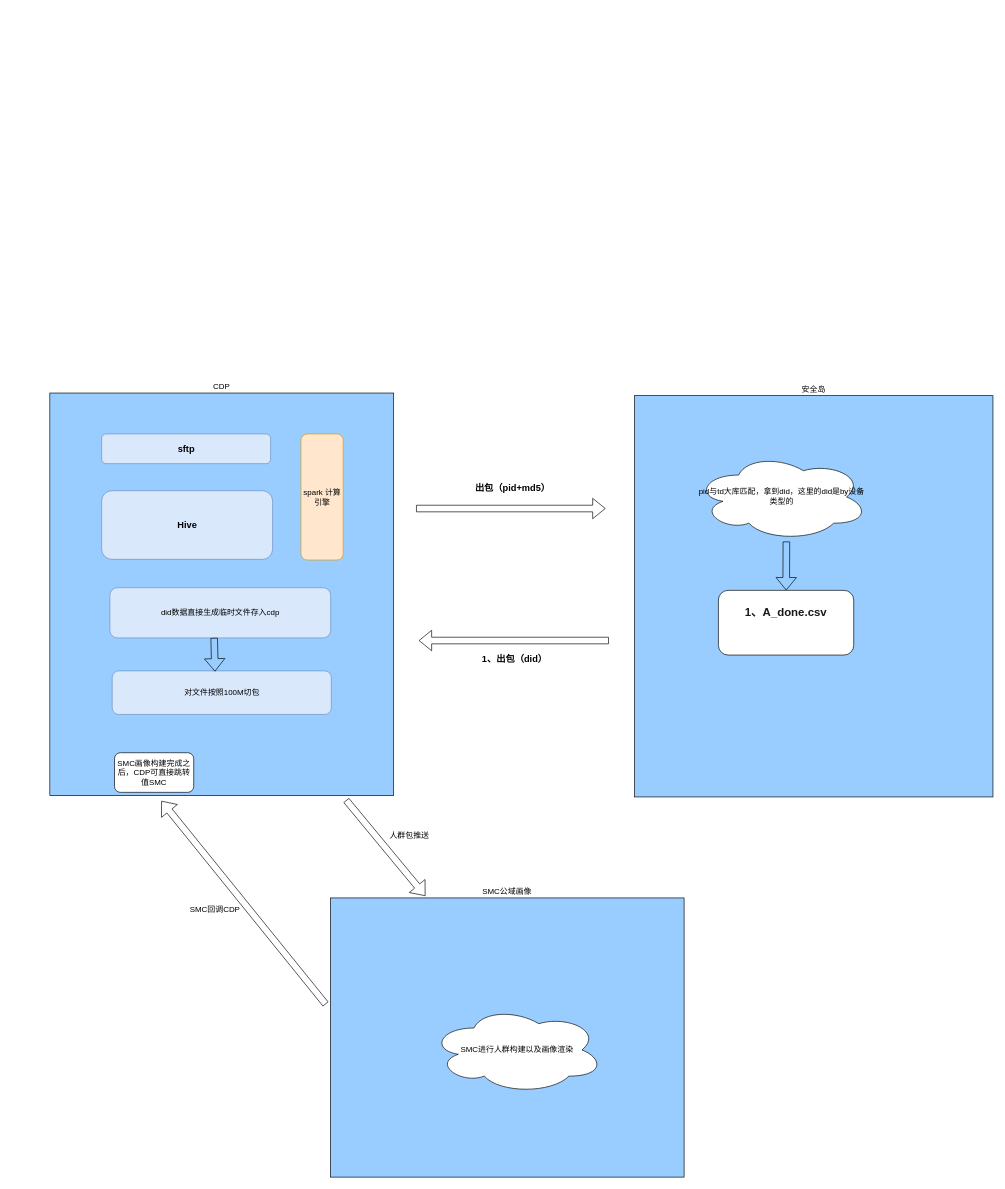
DThadch/draw keeps this draw.io diagram as 安全岛SMC.drawio. Above is the earlier version. Source tidied: cells renumbered, new cells numbered last; positions are measured from the earlier drawing's top-left corner, leaving out a move shared by most shapes. Both pictures are drawn from the tidied source at 66%, with x=0, y=0 at pixel (50, 393).
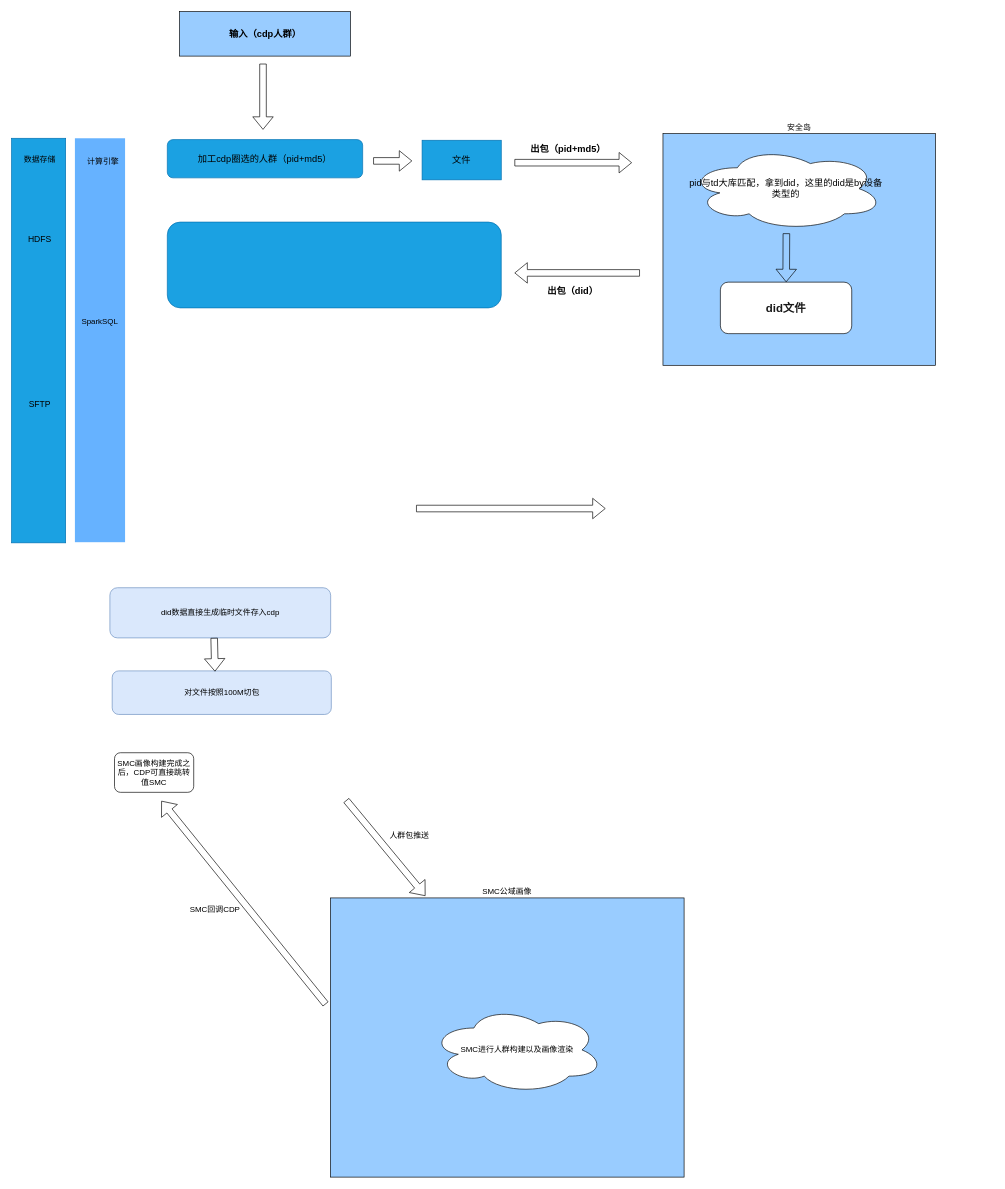
After the change.

Commit message (it also covers changes not shown here):
更新安全岛SMC.drawio

Change to the diagram source:
```diff
@@
-    <mxCell id="2" value="CDP" style="rounded=0;whiteSpace=wrap;html=1;labelPosition=center;verticalLabelPosition=top;align=center;verticalAlign=bottom;fillColor=#99CCFF;" parent="1" vertex="1">
-      <mxGeometry width="521" height="610" as="geometry" />
-    </mxCell>
-    <mxCell id="3" value="&lt;b&gt;&lt;font style=&quot;font-size: 14px;&quot;&gt;Hive&lt;/font&gt;&lt;/b&gt;" style="rounded=1;whiteSpace=wrap;html=1;fillColor=#dae8fc;strokeColor=#6c8ebf;labelPosition=center;verticalLabelPosition=middle;align=center;verticalAlign=middle;" parent="1" vertex="1">
-      <mxGeometry x="78.5" y="148" width="259" height="104" as="geometry" />
-    </mxCell>
-    <mxCell id="4" value="&lt;b&gt;&lt;font style=&quot;font-size: 14px;&quot;&gt;sftp&lt;/font&gt;&lt;/b&gt;" style="rounded=1;whiteSpace=wrap;html=1;fillColor=#dae8fc;strokeColor=#6c8ebf;" parent="1" vertex="1">
-      <mxGeometry x="78.5" y="62" width="256" height="45" as="geometry" />
-    </mxCell>
-    <mxCell id="5" value="spark 计算引擎" style="rounded=1;whiteSpace=wrap;html=1;fillColor=#ffe6cc;strokeColor=#d79b00;" parent="1" vertex="1">
-      <mxGeometry x="380.5" y="62" width="64" height="191" as="geometry" />
-    </mxCell>
     <mxCell id="6" value="安全岛" style="rounded=0;whiteSpace=wrap;html=1;labelPosition=center;verticalLabelPosition=top;align=center;verticalAlign=bottom;fillColor=#99CCFF;" parent="1" vertex="1">
-      <mxGeometry x="886" y="4" width="543" height="608" as="geometry" />
+      <mxGeometry x="929" y="-393" width="413" height="351" as="geometry" />
     </mxCell>
@@
     <mxCell id="8" value="出包（pid+md5）" style="text;html=1;strokeColor=none;fillColor=none;align=center;verticalAlign=middle;whiteSpace=wrap;rounded=0;fontStyle=1;fontSize=14;" parent="1" vertex="1">
-      <mxGeometry x="630" y="130" width="143" height="28" as="geometry" />
+      <mxGeometry x="714" y="-384" width="143" height="28" as="geometry" />
     </mxCell>
-    <mxCell id="9" value="pid与td大库匹配，拿到did，这里的did是by设备类型的" style="ellipse;shape=cloud;whiteSpace=wrap;html=1;" parent="1" vertex="1">
-      <mxGeometry x="978" y="91.2" width="262" height="132.5" as="geometry" />
+    <mxCell id="9" value="&lt;font style=&quot;font-size: 14px;&quot;&gt;pid与td大库匹配，拿到did，这里的did是by设备类型的&lt;/font&gt;" style="ellipse;shape=cloud;whiteSpace=wrap;html=1;" parent="1" vertex="1">
+      <mxGeometry x="968" y="-373" width="295" height="126.8" as="geometry" />
     </mxCell>
-    <mxCell id="10" value="&lt;p style=&quot;border-color: var(--border-color); margin: 0px; line-height: 12px;&quot; align=&quot;center&quot;&gt;&lt;span style=&quot;color: rgb(25, 25, 25); font-family: &amp;quot;Microsoft YaHei&amp;quot;; font-size: 13pt; font-weight: 600; background-color: initial;&quot;&gt;1、A_done.csv&lt;/span&gt;&lt;br&gt;&lt;/p&gt;&lt;br style=&quot;border-color: var(--border-color);&quot;&gt;&lt;p style=&quot;border-color: var(--border-color); margin: 0px; line-height: 12px;&quot; align=&quot;center&quot;&gt;&lt;span style=&quot;border-color: var(--border-color); font-family: &amp;quot;Microsoft YaHei&amp;quot;; font-size: 13pt; font-weight: 600; color: rgb(25, 25, 25);&quot;&gt;&amp;nbsp;&lt;/span&gt;&lt;/p&gt;" style="rounded=1;whiteSpace=wrap;html=1;" parent="1" vertex="1">
-      <mxGeometry x="1013" y="299" width="205" height="98" as="geometry" />
+    <mxCell id="10" value="&lt;p style=&quot;border-color: var(--border-color); margin: 0px; line-height: 12px;&quot; align=&quot;center&quot;&gt;&lt;font face=&quot;Microsoft YaHei&quot; color=&quot;#191919&quot;&gt;&lt;span style=&quot;font-size: 17.3333px;&quot;&gt;&lt;b&gt;did文件&lt;/b&gt;&lt;/span&gt;&lt;/font&gt;&lt;/p&gt;" style="rounded=1;whiteSpace=wrap;html=1;" parent="1" vertex="1">
+      <mxGeometry x="1016" y="-168" width="199" height="78" as="geometry" />
     </mxCell>
     <mxCell id="11" style="shape=flexArrow;endArrow=classic;html=1;rounded=0;" parent="1" edge="1" target="10">
       <mxGeometry relative="1" as="geometry">
-        <mxPoint x="1116" y="225" as="sourcePoint" />
+        <mxPoint x="1116" y="-242" as="sourcePoint" />
       </mxGeometry>
     </mxCell>
     <mxCell id="12" style="shape=flexArrow;endArrow=classic;html=1;rounded=0;" parent="1" edge="1">
       <mxGeometry relative="1" as="geometry">
-        <mxPoint x="847" y="375" as="sourcePoint" />
-        <mxPoint x="559" y="375" as="targetPoint" />
+        <mxPoint x="894" y="-182" as="sourcePoint" />
+        <mxPoint x="704" y="-182" as="targetPoint" />
       </mxGeometry>
     </mxCell>
-    <mxCell id="13" value="1、出包（did）" style="text;html=1;strokeColor=none;fillColor=none;align=center;verticalAlign=middle;whiteSpace=wrap;rounded=0;fontStyle=1;fontSize=14;" parent="1" vertex="1">
-      <mxGeometry x="633" y="389" width="143" height="28" as="geometry" />
+    <mxCell id="13" value="出包（did）" style="text;html=1;strokeColor=none;fillColor=none;align=center;verticalAlign=middle;whiteSpace=wrap;rounded=0;fontStyle=1;fontSize=14;" parent="1" vertex="1">
+      <mxGeometry x="721" y="-168" width="143" height="28" as="geometry" />
     </mxCell>
@@
+    <mxCell id="24" style="rounded=0;whiteSpace=wrap;html=1;fontSize=15;fontColor=#ffffff;fillColor=#1ba1e2;labelBackgroundColor=#33FFFF;strokeColor=#006EAF;" parent="1" vertex="1">
+      <mxGeometry x="-58" y="-386" width="82" height="613" as="geometry" />
+    </mxCell>
+    <mxCell id="25" value="&lt;font color=&quot;#000000&quot; style=&quot;font-size: 12px;&quot;&gt;数据存储&lt;/font&gt;" style="text;html=1;strokeColor=none;fillColor=none;align=center;verticalAlign=middle;whiteSpace=wrap;rounded=0;fontSize=12;fontColor=#FFFFFF;" parent="1" vertex="1">
+      <mxGeometry x="-45.5" y="-368" width="60" height="30" as="geometry" />
+    </mxCell>
+    <mxCell id="26" value="HDFS" style="text;html=1;strokeColor=none;fillColor=none;align=center;verticalAlign=middle;whiteSpace=wrap;rounded=0;labelBackgroundColor=none;fontSize=13;fontColor=#000000;" parent="1" vertex="1">
+      <mxGeometry x="-45.5" y="-249" width="60" height="30" as="geometry" />
+    </mxCell>
+    <mxCell id="27" style="rounded=0;whiteSpace=wrap;html=1;fontSize=15;fontColor=#FFFFFF;fillColor=#66B2FF;labelBackgroundColor=#33FFFF;strokeColor=none;" parent="1" vertex="1">
+      <mxGeometry x="38" y="-386" width="76" height="612" as="geometry" />
+    </mxCell>
+    <mxCell id="28" value="&lt;font color=&quot;#000000&quot; style=&quot;font-size: 12px;&quot;&gt;计算引擎&lt;/font&gt;" style="text;html=1;strokeColor=none;fillColor=none;align=center;verticalAlign=middle;whiteSpace=wrap;rounded=0;fontSize=12;fontColor=#FFFFFF;" parent="1" vertex="1">
+      <mxGeometry x="51" y="-366" width="60" height="30" as="geometry" />
+    </mxCell>
+    <mxCell id="29" value="SparkSQL" style="text;html=1;strokeColor=none;fillColor=none;align=center;verticalAlign=middle;whiteSpace=wrap;rounded=0;labelBackgroundColor=none;fontSize=12;fontColor=#000000;" parent="1" vertex="1">
+      <mxGeometry x="46" y="-123" width="60" height="30" as="geometry" />
+    </mxCell>
+    <mxCell id="30" value="SFTP" style="text;html=1;strokeColor=none;fillColor=none;align=center;verticalAlign=middle;whiteSpace=wrap;rounded=0;labelBackgroundColor=none;fontSize=13;fontColor=#000000;" parent="1" vertex="1">
+      <mxGeometry x="-45.5" y="2" width="60" height="30" as="geometry" />
+    </mxCell>
+    <mxCell id="31" value="输入（cdp人群）" style="rounded=0;whiteSpace=wrap;html=1;fillColor=#99CCFF;fontSize=14;fontStyle=1;" parent="1" vertex="1">
+      <mxGeometry x="196.5" y="-578" width="259" height="67.5" as="geometry" />
+    </mxCell>
+    <mxCell id="32" value="加工cdp圈选的人群（pid+md5）" style="rounded=1;whiteSpace=wrap;html=1;fillColor=#1ba1e2;strokeColor=#006EAF;fontColor=#000000;fontSize=14;" parent="1" vertex="1">
+      <mxGeometry x="178" y="-384" width="296" height="58" as="geometry" />
+    </mxCell>
+    <mxCell id="33" value="文件" style="rounded=0;whiteSpace=wrap;html=1;fillColor=#1ba1e2;fontColor=#000000;strokeColor=#006EAF;fontSize=14;" parent="1" vertex="1">
+      <mxGeometry x="564" y="-383" width="120" height="60" as="geometry" />
+    </mxCell>
+    <mxCell id="34" style="shape=flexArrow;endArrow=classic;html=1;rounded=0;" parent="1" edge="1">
+      <mxGeometry relative="1" as="geometry">
+        <mxPoint x="490" y="-351.7" as="sourcePoint" />
+        <mxPoint x="549" y="-351.7" as="targetPoint" />
+      </mxGeometry>
+    </mxCell>
+    <mxCell id="35" style="shape=flexArrow;endArrow=classic;html=1;rounded=0;" parent="1" edge="1">
+      <mxGeometry relative="1" as="geometry">
+        <mxPoint x="323" y="-499" as="sourcePoint" />
+        <mxPoint x="323" y="-399" as="targetPoint" />
+      </mxGeometry>
+    </mxCell>
+    <mxCell id="36" style="shape=flexArrow;endArrow=classic;html=1;rounded=0;" parent="1" edge="1">
+      <mxGeometry relative="1" as="geometry">
+        <mxPoint x="704" y="-349" as="sourcePoint" />
+        <mxPoint x="882" y="-349" as="targetPoint" />
+      </mxGeometry>
+    </mxCell>
+    <mxCell id="37" style="rounded=1;whiteSpace=wrap;html=1;fillColor=#1ba1e2;strokeColor=#006EAF;fontColor=#ffffff;fontSize=14;" parent="1" vertex="1">
+      <mxGeometry x="178" y="-259" width="506" height="130" as="geometry" />
+    </mxCell>
```
